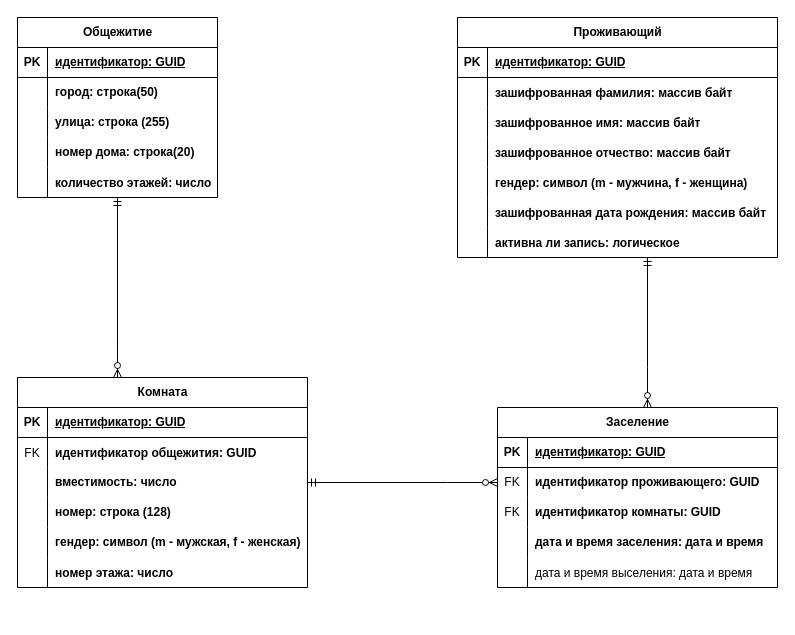
Before: docs/ERD логическая.drawio in DmitryUA/OpenDorm, a draw.io diagram. Source tidied: cells renumbered, new cells numbered last; positions are measured from the earlier drawing's top-left corner, leaving out a move shared by most shapes. Both pictures are drawn from the tidied source at 100%, with x=0, y=0 at pixel (17, 17).
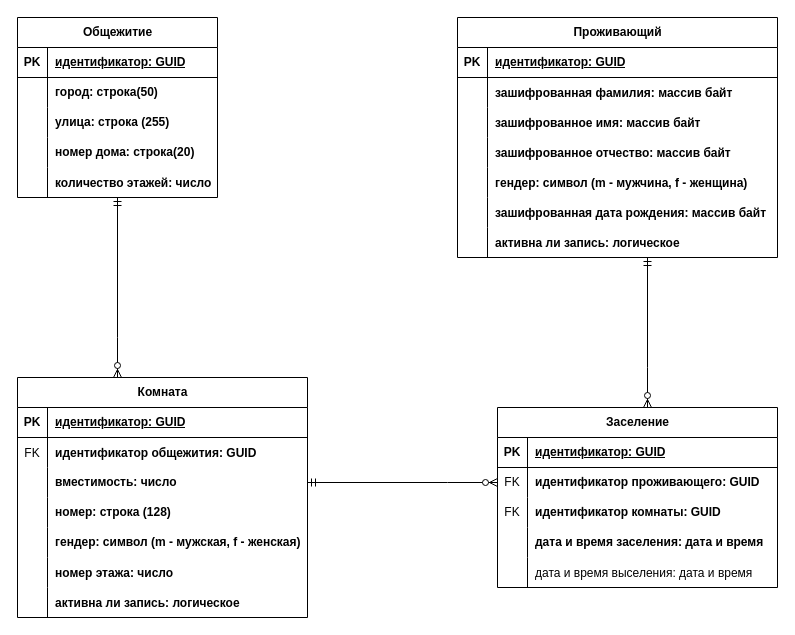
The same diagram, later.

Commit message (it also covers changes not shown here):
docs: add field 'is active' for room

What changed in the source:
```diff
@@
     <mxCell id="2" value="Комната" style="shape=table;startSize=30;childLayout=tableLayout;rowLines=0;fontStyle=1;align=center;html=1;" parent="1" vertex="1">
-      <mxGeometry y="360" width="290" height="210" as="geometry" />
+      <mxGeometry y="360" width="290" height="240" as="geometry" />
     </mxCell>
@@
+    <mxCell id="78" style="shape=tableRow;horizontal=0;startSize=0;swimlaneHead=0;swimlaneBody=0;fillColor=none;top=0;left=0;right=0;bottom=0;" parent="2" vertex="1">
+      <mxGeometry y="210" width="290" height="30" as="geometry" />
+    </mxCell>
+    <mxCell id="79" style="shape=partialRectangle;fillColor=none;top=0;left=0;bottom=0;right=0;overflow=hidden;" parent="78" vertex="1">
+      <mxGeometry width="30" height="30" as="geometry" />
+    </mxCell>
+    <mxCell id="80" value="активна ли запись: логическое" style="shape=partialRectangle;fillColor=none;top=0;left=0;bottom=0;right=0;align=left;spacingLeft=6;overflow=hidden;fontStyle=1;" parent="78" vertex="1">
+      <mxGeometry x="30" width="260" height="30" as="geometry" />
+    </mxCell>
```
